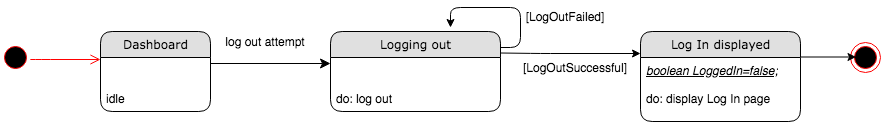
kkasharaj17/SE-project keeps this draw.io diagram as Diagrams/State Chart Diagrams FINAL/ST_03 LOGOUT.png. Above is the earlier version. Source tidied: cells renumbered, new cells last; positions are measured from the earlier drawing's top-left corner, leaving out a move shared by most shapes.
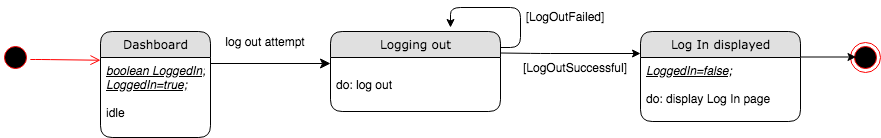
After the change.

What changed in the source:
```diff
@@ -57,19 +57,19 @@
     <mxCell id="11" value="Log In displayed" style="swimlane;html=1;fontStyle=0;horizontal=1;startSize=26;fillColor=#e0e0e0;swimlaneFillColor=#ffffff;align=center;rounded=1;shadow=0;comic=0;labelBackgroundColor=none;strokeWidth=1;fontFamily=Verdana;fontSize=12;" parent="1" vertex="1">
       <mxGeometry x="640" y="30" width="160" height="90" as="geometry" />
     </mxCell>
-    <mxCell id="12" value="&lt;i&gt;&lt;u&gt;boolean LoggedIn=false;&lt;/u&gt;&lt;/i&gt;&lt;br&gt;&lt;br&gt;do: display Log In page" style="text;html=1;strokeColor=none;fillColor=none;spacingLeft=4;spacingRight=4;whiteSpace=wrap;overflow=hidden;" parent="11" vertex="1">
+    <mxCell id="12" value="&lt;i&gt;&lt;u&gt;LoggedIn=false;&lt;/u&gt;&lt;/i&gt;&lt;br&gt;&lt;br&gt;do: display Log In page" style="text;html=1;strokeColor=none;fillColor=none;spacingLeft=4;spacingRight=4;whiteSpace=wrap;overflow=hidden;" parent="11" vertex="1">
       <mxGeometry y="26" width="160" height="64" as="geometry" />
     </mxCell>
     <mxCell id="13" value="Dashboard" style="swimlane;html=1;fontStyle=0;horizontal=1;startSize=26;fillColor=#e0e0e0;swimlaneFillColor=#ffffff;align=center;rounded=1;shadow=0;comic=0;labelBackgroundColor=none;strokeWidth=1;fontFamily=Verdana;fontSize=12;" parent="1" vertex="1">
-      <mxGeometry x="100" y="30" width="110" height="80" as="geometry" />
+      <mxGeometry x="100" y="30" width="110" height="106" as="geometry" />
     </mxCell>
-    <mxCell id="14" value="&lt;br&gt;&lt;br&gt;idle" style="text;html=1;strokeColor=none;fillColor=none;spacingLeft=4;spacingRight=4;whiteSpace=wrap;overflow=hidden;points=[[0,0.5],[1,0.5]];portConstraint=eastwest;" parent="13" vertex="1">
-      <mxGeometry y="26" width="110" height="54" as="geometry" />
+    <mxCell id="14" value="&lt;i&gt;&lt;u&gt;boolean LoggedIn;&lt;br&gt;LoggedIn=true;&lt;br&gt;&lt;br&gt;&lt;/u&gt;&lt;/i&gt;idle" style="text;html=1;strokeColor=none;fillColor=none;spacingLeft=4;spacingRight=4;whiteSpace=wrap;overflow=hidden;points=[[0,0.5],[1,0.5]];portConstraint=eastwest;" parent="13" vertex="1">
+      <mxGeometry y="26" width="110" height="74" as="geometry" />
     </mxCell>
     <mxCell id="15" value="Logging out" style="swimlane;html=1;fontStyle=0;horizontal=1;startSize=26;fillColor=#e0e0e0;swimlaneFillColor=#ffffff;align=center;rounded=1;shadow=0;comic=0;labelBackgroundColor=none;strokeWidth=1;fontFamily=Verdana;fontSize=12;" parent="1" vertex="1">
       <mxGeometry x="330" y="30" width="170" height="80" as="geometry" />
     </mxCell>
-    <mxCell id="16" value="&lt;br&gt;&lt;br&gt;do: log out" style="text;html=1;strokeColor=none;fillColor=none;spacingLeft=4;spacingRight=4;whiteSpace=wrap;overflow=hidden;" parent="15" vertex="1">
+    <mxCell id="16" value="&lt;br&gt;do: log out" style="text;html=1;strokeColor=none;fillColor=none;spacingLeft=4;spacingRight=4;whiteSpace=wrap;overflow=hidden;" parent="15" vertex="1">
       <mxGeometry y="26" width="170" height="54" as="geometry" />
     </mxCell>
     <mxCell id="17" value="[LogOutSuccessful]" style="text;html=1;strokeColor=none;fillColor=none;align=center;verticalAlign=middle;whiteSpace=wrap;rounded=0;" parent="1" vertex="1">
```
